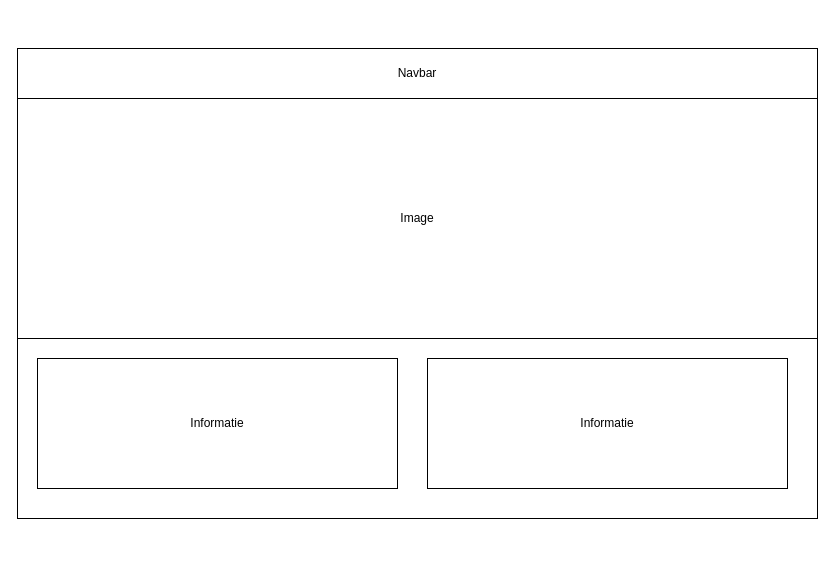
Before: Contact.drawio in Vishay142/rentacar, a draw.io diagram. Source tidied: cells renumbered, new cells numbered last; positions are measured from the earlier drawing's top-left corner, leaving out a move shared by most shapes. Both pictures are drawn from the tidied source at 100%, with x=0, y=0 at pixel (17, 48).
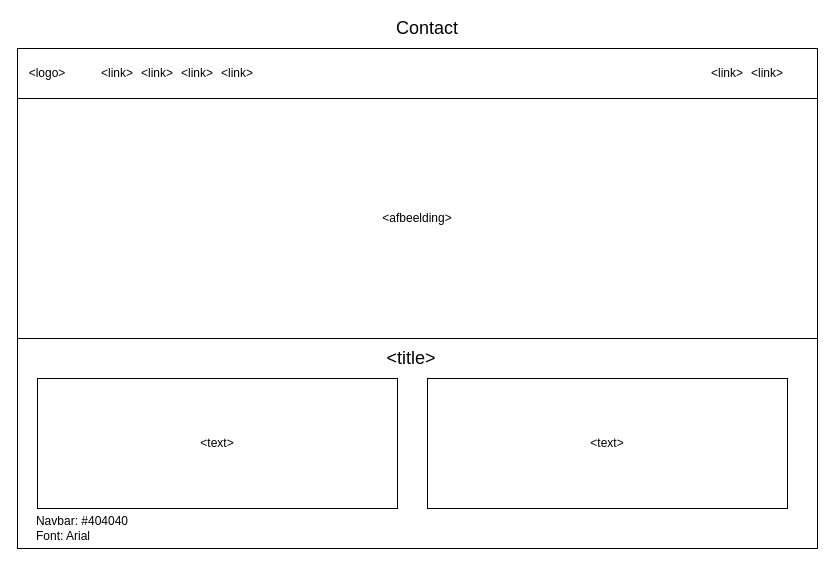
After the change.

The edit, as a diff of the source:
```diff
@@
 <mxGraphModel>
   <root>
     <mxCell id="0" />
     <mxCell id="1" parent="0" />
     <mxCell id="2" style="rounded=0;whiteSpace=wrap;html=1;" parent="1" vertex="1">
-      <mxGeometry width="800" height="470" as="geometry" />
+      <mxGeometry width="800" height="500" as="geometry" />
     </mxCell>
-    <mxCell id="3" value="Navbar" style="rounded=0;whiteSpace=wrap;html=1;" parent="1" vertex="1">
+    <mxCell id="3" style="rounded=0;whiteSpace=wrap;html=1;" parent="1" vertex="1">
       <mxGeometry width="800" height="50" as="geometry" />
     </mxCell>
-    <mxCell id="4" value="Image" style="rounded=0;whiteSpace=wrap;html=1;" parent="1" vertex="1">
+    <mxCell id="4" value="&amp;lt;afbeelding&amp;gt;" style="rounded=0;whiteSpace=wrap;html=1;" parent="1" vertex="1">
       <mxGeometry y="50" width="800" height="240" as="geometry" />
     </mxCell>
-    <mxCell id="5" value="Informatie" style="rounded=0;whiteSpace=wrap;html=1;" parent="1" vertex="1">
-      <mxGeometry x="20" y="310" width="360" height="130" as="geometry" />
+    <mxCell id="5" value="&amp;lt;text&amp;gt;" style="rounded=0;whiteSpace=wrap;html=1;" parent="1" vertex="1">
+      <mxGeometry x="20" y="330" width="360" height="130" as="geometry" />
     </mxCell>
-    <mxCell id="6" value="Informatie" style="rounded=0;whiteSpace=wrap;html=1;" parent="1" vertex="1">
-      <mxGeometry x="410" y="310" width="360" height="130" as="geometry" />
+    <mxCell id="6" value="&amp;lt;text&amp;gt;" style="rounded=0;whiteSpace=wrap;html=1;" parent="1" vertex="1">
+      <mxGeometry x="410" y="330" width="360" height="130" as="geometry" />
     </mxCell>
+    <mxCell id="7" value="&amp;lt;logo&amp;gt;" style="text;html=1;strokeColor=none;fillColor=none;align=center;verticalAlign=middle;whiteSpace=wrap;rounded=0;" parent="1" vertex="1">
+      <mxGeometry x="10" y="15" width="40" height="20" as="geometry" />
+    </mxCell>
+    <mxCell id="8" value="&amp;lt;link&amp;gt;" style="text;html=1;strokeColor=none;fillColor=none;align=center;verticalAlign=middle;whiteSpace=wrap;rounded=0;" parent="1" vertex="1">
+      <mxGeometry x="80" y="15" width="40" height="20" as="geometry" />
+    </mxCell>
+    <mxCell id="9" value="&amp;lt;link&amp;gt;" style="text;html=1;strokeColor=none;fillColor=none;align=center;verticalAlign=middle;whiteSpace=wrap;rounded=0;" parent="1" vertex="1">
+      <mxGeometry x="120" y="15" width="40" height="20" as="geometry" />
+    </mxCell>
+    <mxCell id="10" value="&amp;lt;link&amp;gt;" style="text;html=1;strokeColor=none;fillColor=none;align=center;verticalAlign=middle;whiteSpace=wrap;rounded=0;" parent="1" vertex="1">
+      <mxGeometry x="160" y="15" width="40" height="20" as="geometry" />
+    </mxCell>
+    <mxCell id="11" value="&amp;lt;link&amp;gt;" style="text;html=1;strokeColor=none;fillColor=none;align=center;verticalAlign=middle;whiteSpace=wrap;rounded=0;" parent="1" vertex="1">
+      <mxGeometry x="200" y="15" width="40" height="20" as="geometry" />
+    </mxCell>
+    <mxCell id="12" value="&lt;span style=&quot;font-size: 18px&quot;&gt;Contact&lt;/span&gt;" style="text;html=1;strokeColor=none;fillColor=none;align=center;verticalAlign=middle;whiteSpace=wrap;rounded=0;" parent="1" vertex="1">
+      <mxGeometry x="390" y="-30" width="40" height="20" as="geometry" />
+    </mxCell>
+    <mxCell id="13" value="&amp;lt;link&amp;gt;" style="text;html=1;strokeColor=none;fillColor=none;align=center;verticalAlign=middle;whiteSpace=wrap;rounded=0;" parent="1" vertex="1">
+      <mxGeometry x="690" y="15" width="40" height="20" as="geometry" />
+    </mxCell>
+    <mxCell id="14" value="&amp;lt;link&amp;gt;" style="text;html=1;strokeColor=none;fillColor=none;align=center;verticalAlign=middle;whiteSpace=wrap;rounded=0;" parent="1" vertex="1">
+      <mxGeometry x="730" y="15" width="40" height="20" as="geometry" />
+    </mxCell>
+    <mxCell id="15" value="&lt;div style=&quot;text-align: left&quot;&gt;&lt;span&gt;Navbar: #404040&lt;/span&gt;&lt;/div&gt;&lt;div style=&quot;text-align: left&quot;&gt;&lt;span&gt;Font: Arial&lt;/span&gt;&lt;/div&gt;" style="text;html=1;strokeColor=none;fillColor=none;align=center;verticalAlign=middle;whiteSpace=wrap;rounded=0;" parent="1" vertex="1">
+      <mxGeometry y="470" width="130" height="20" as="geometry" />
+    </mxCell>
+    <mxCell id="16" value="&lt;font style=&quot;font-size: 18px&quot;&gt;&amp;lt;title&amp;gt;&lt;/font&gt;" style="text;html=1;strokeColor=none;fillColor=none;align=center;verticalAlign=middle;whiteSpace=wrap;rounded=0;" parent="1" vertex="1">
+      <mxGeometry x="374" y="300" width="40" height="20" as="geometry" />
+    </mxCell>
   </root>
 </mxGraphModel>
```
